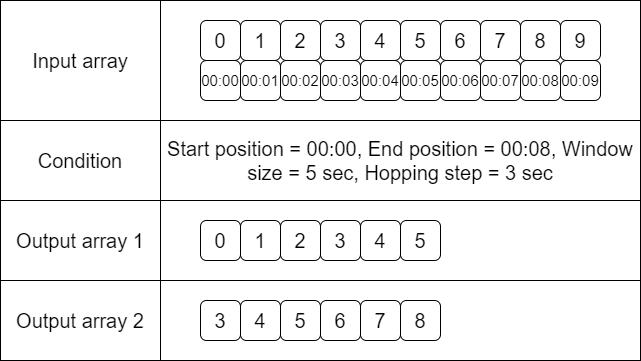
The draw.io diagram Peponi.Math/Peponi.Math/Docs/Img/HoppingWindow2.png in peponi-paradise/Peponi, before a commit. Source tidied: cells renumbered, new cells last; positions are measured from the earlier drawing's top-left corner, leaving out a move shared by most shapes.
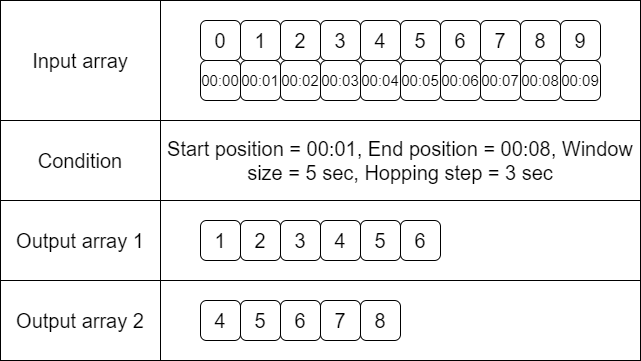
After the commit.

Commit message:
Hopping window 로직 수정 및 Doc 작성중

The edit, as a diff of the source:
```diff
@@ -44,7 +44,7 @@
     <mxCell id="15" value="0" style="rounded=1;whiteSpace=wrap;html=1;fontSize=20;" parent="1" vertex="1">
       <mxGeometry x="200" y="20" width="40" height="40" as="geometry" />
     </mxCell>
-    <mxCell id="16" value="Start position = 00:00, End position = 00:08, Window size = 5 sec, Hopping step = 3 sec" style="rounded=0;whiteSpace=wrap;html=1;fontSize=20;" parent="1" vertex="1">
+    <mxCell id="16" value="Start position = 00:01, End position = 00:08, Window size = 5 sec, Hopping step = 3 sec" style="rounded=0;whiteSpace=wrap;html=1;fontSize=20;" parent="1" vertex="1">
       <mxGeometry x="160" y="120" width="480" height="80" as="geometry" />
     </mxCell>
     <mxCell id="17" value="Output array 1" style="rounded=0;whiteSpace=wrap;html=1;fontSize=20;" parent="1" vertex="1">
@@ -54,34 +54,34 @@
       <mxGeometry x="160" y="200" width="480" height="80" as="geometry" />
     </mxCell>
     <mxCell id="19" value="1" style="rounded=1;whiteSpace=wrap;html=1;fontSize=20;" parent="1" vertex="1">
-      <mxGeometry x="240" y="220" width="40" height="40" as="geometry" />
+      <mxGeometry x="200" y="220" width="40" height="40" as="geometry" />
     </mxCell>
     <mxCell id="20" value="2" style="rounded=1;whiteSpace=wrap;html=1;fontSize=20;" parent="1" vertex="1">
-      <mxGeometry x="280" y="220" width="40" height="40" as="geometry" />
+      <mxGeometry x="240" y="220" width="40" height="40" as="geometry" />
     </mxCell>
     <mxCell id="21" value="3" style="rounded=1;whiteSpace=wrap;html=1;fontSize=20;" parent="1" vertex="1">
-      <mxGeometry x="320" y="220" width="40" height="40" as="geometry" />
+      <mxGeometry x="280" y="220" width="40" height="40" as="geometry" />
     </mxCell>
     <mxCell id="22" value="4" style="rounded=1;whiteSpace=wrap;html=1;fontSize=20;" parent="1" vertex="1">
-      <mxGeometry x="360" y="220" width="40" height="40" as="geometry" />
+      <mxGeometry x="320" y="220" width="40" height="40" as="geometry" />
     </mxCell>
     <mxCell id="23" value="5" style="rounded=1;whiteSpace=wrap;html=1;fontSize=20;" parent="1" vertex="1">
-      <mxGeometry x="400" y="220" width="40" height="40" as="geometry" />
+      <mxGeometry x="360" y="220" width="40" height="40" as="geometry" />
     </mxCell>
     <mxCell id="24" value="4" style="rounded=1;whiteSpace=wrap;html=1;fontSize=20;" parent="1" vertex="1">
-      <mxGeometry x="240" y="300" width="40" height="40" as="geometry" />
+      <mxGeometry x="200" y="300" width="40" height="40" as="geometry" />
     </mxCell>
     <mxCell id="25" value="5" style="rounded=1;whiteSpace=wrap;html=1;fontSize=20;" parent="1" vertex="1">
-      <mxGeometry x="280" y="300" width="40" height="40" as="geometry" />
+      <mxGeometry x="240" y="300" width="40" height="40" as="geometry" />
     </mxCell>
     <mxCell id="26" value="6" style="rounded=1;whiteSpace=wrap;html=1;fontSize=20;" parent="1" vertex="1">
-      <mxGeometry x="320" y="300" width="40" height="40" as="geometry" />
+      <mxGeometry x="280" y="300" width="40" height="40" as="geometry" />
     </mxCell>
     <mxCell id="27" value="7" style="rounded=1;whiteSpace=wrap;html=1;fontSize=20;" parent="1" vertex="1">
-      <mxGeometry x="360" y="300" width="40" height="40" as="geometry" />
+      <mxGeometry x="320" y="300" width="40" height="40" as="geometry" />
     </mxCell>
     <mxCell id="28" value="8" style="rounded=1;whiteSpace=wrap;html=1;fontSize=20;" parent="1" vertex="1">
-      <mxGeometry x="400" y="300" width="40" height="40" as="geometry" />
+      <mxGeometry x="360" y="300" width="40" height="40" as="geometry" />
     </mxCell>
     <mxCell id="29" value="Output array 2" style="rounded=0;whiteSpace=wrap;html=1;fontSize=20;" parent="1" vertex="1">
       <mxGeometry y="280" width="160" height="80" as="geometry" />
@@ -116,11 +116,8 @@
     <mxCell id="39" value="00:09" style="rounded=1;whiteSpace=wrap;html=1;fontSize=15;" parent="1" vertex="1">
       <mxGeometry x="560" y="60" width="40" height="40" as="geometry" />
     </mxCell>
-    <mxCell id="40" value="0" style="rounded=1;whiteSpace=wrap;html=1;fontSize=20;" parent="1" vertex="1">
-      <mxGeometry x="200" y="220" width="40" height="40" as="geometry" />
+    <mxCell id="40" value="6" style="rounded=1;whiteSpace=wrap;html=1;fontSize=20;" parent="1" vertex="1">
+      <mxGeometry x="400" y="220" width="40" height="40" as="geometry" />
     </mxCell>
-    <mxCell id="41" value="3" style="rounded=1;whiteSpace=wrap;html=1;fontSize=20;" parent="1" vertex="1">
-      <mxGeometry x="200" y="300" width="40" height="40" as="geometry" />
-    </mxCell>
   </root>
 </mxGraphModel>
```
